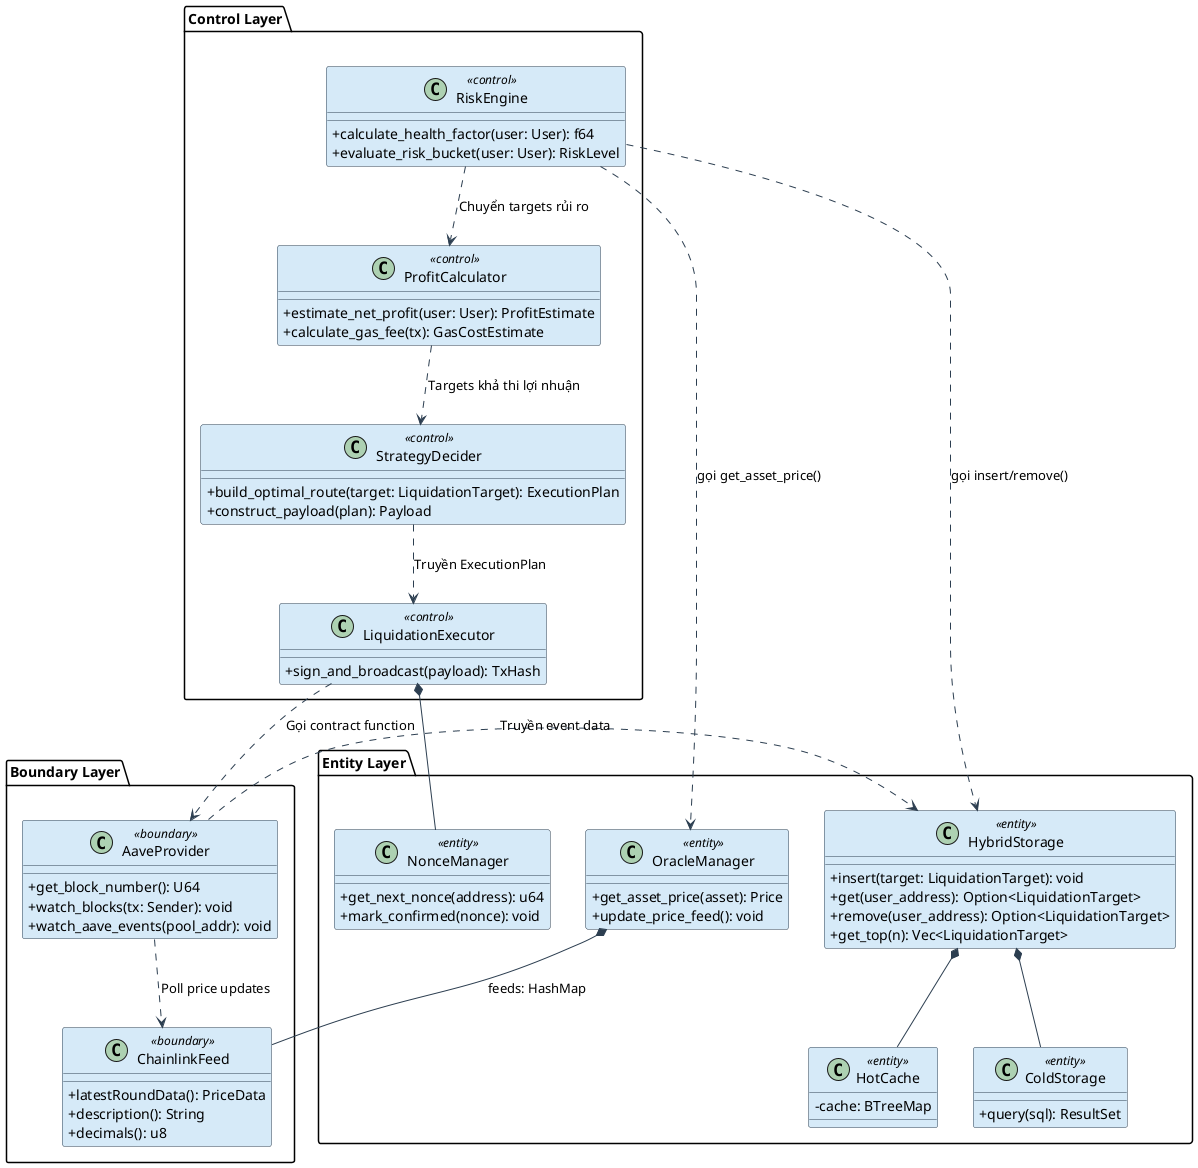
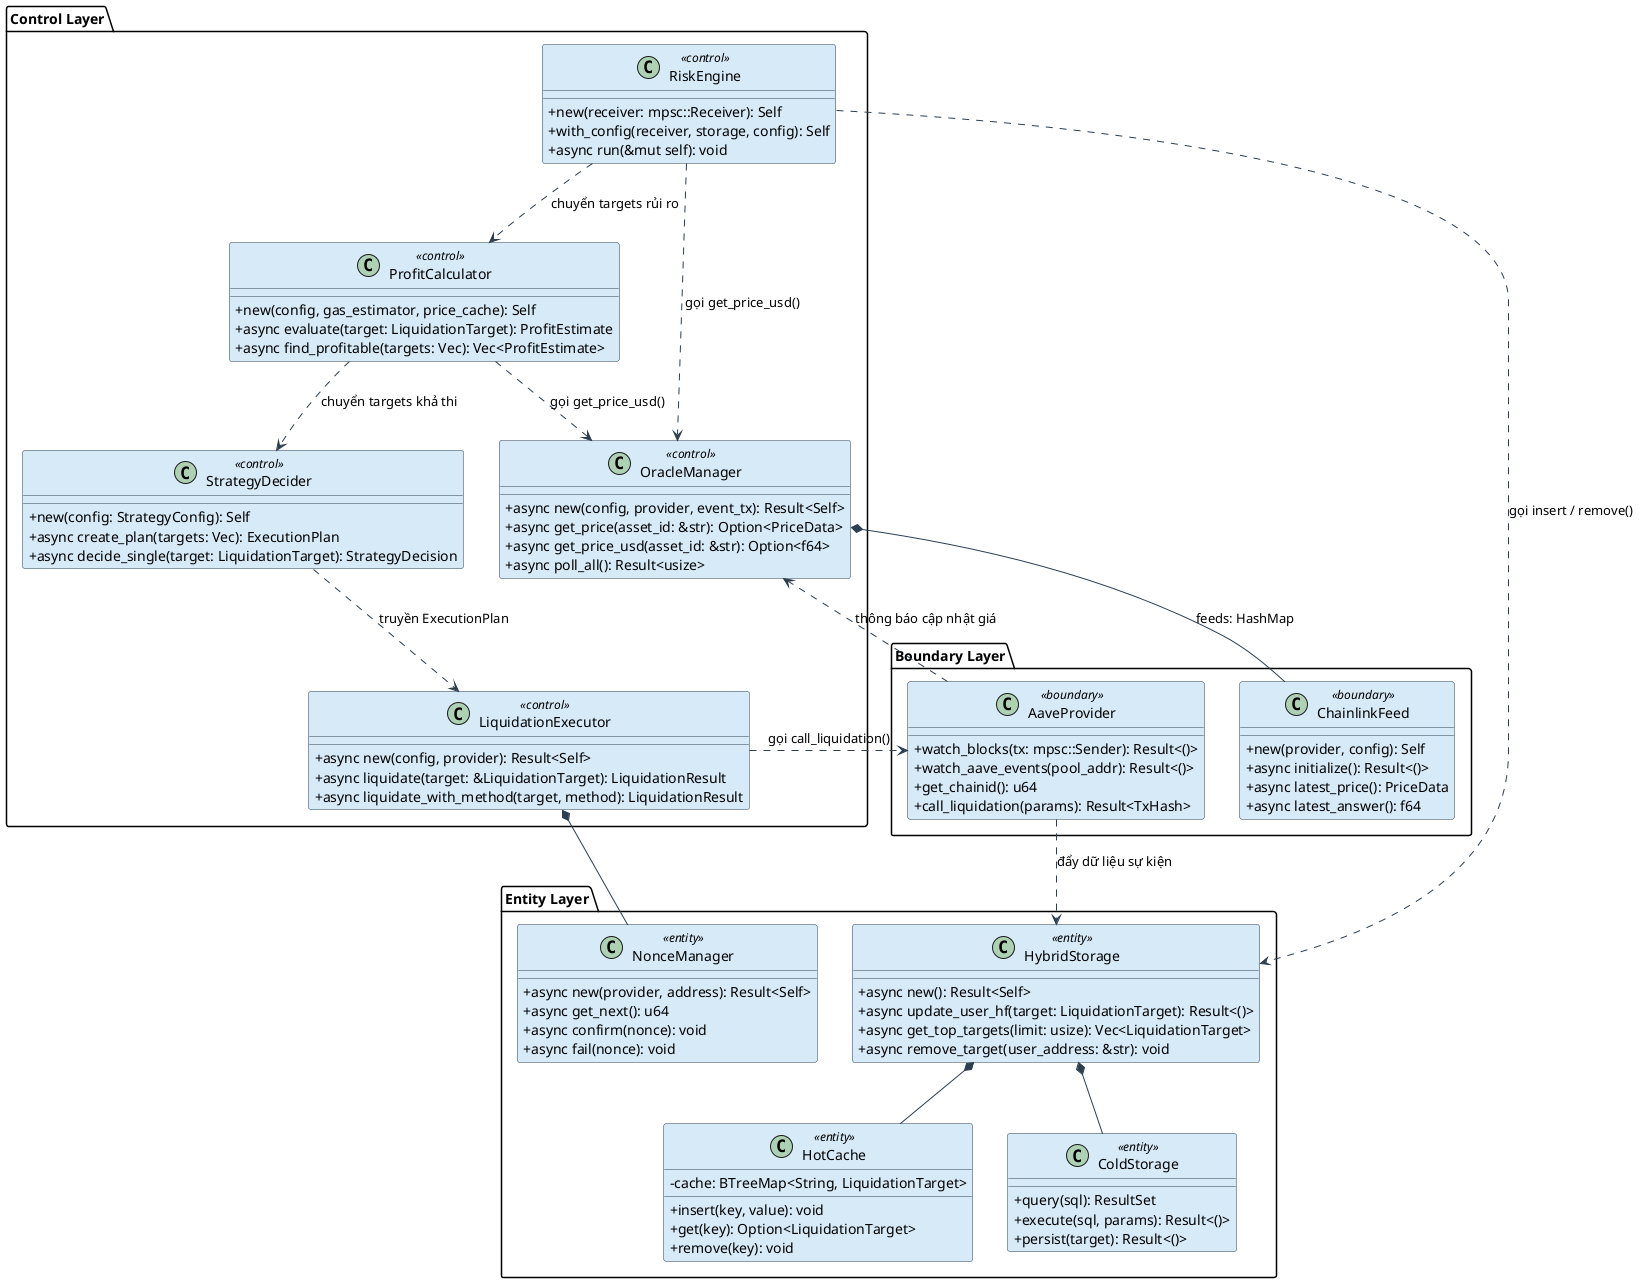
@startuml system_class_diagram_correct
skinparam classAttributeIconSize 0
skinparam backgroundColor #FFFFFF
skinparam class {
    BackgroundColor #D6EAF8
    BorderColor #2C3E50
    ArrowColor #2C3E50
    FontName Arial
}

' ===================== BOUNDARY =====================
package "Boundary Layer" {
    class AaveProvider <<boundary>> {
-         + get_block_number(): U64
-         + watch_blocks(tx: Sender): void
-         + watch_aave_events(pool_addr): void
+         + watch_blocks(tx: mpsc::Sender): Result<()>
+         + watch_aave_events(pool_addr): Result<()>
+         + get_chainid(): u64
+         + call_liquidation(params): Result<TxHash>
    }

    class ChainlinkFeed <<boundary>> {
-         + latestRoundData(): PriceData
-         + description(): String
-         + decimals(): u8
+         + new(provider, config): Self
+         + async initialize(): Result<()>
+         + async latest_price(): PriceData
+         + async latest_answer(): f64
    }
}

' ===================== CONTROL =====================
package "Control Layer" {
+     class OracleManager <<control>> {
+         + async new(config, provider, event_tx): Result<Self>
+         + async get_price(asset_id: &str): Option<PriceData>
+         + async get_price_usd(asset_id: &str): Option<f64>
+         + async poll_all(): Result<usize>
+     }
+ 
    class RiskEngine <<control>> {
-         + calculate_health_factor(user: User): f64
-         + evaluate_risk_bucket(user: User): RiskLevel
+         + new(receiver: mpsc::Receiver): Self
+         + with_config(receiver, storage, config): Self
+         + async run(&mut self): void
    }

    class ProfitCalculator <<control>> {
-         + estimate_net_profit(user: User): ProfitEstimate
-         + calculate_gas_fee(tx): GasCostEstimate
+         + new(config, gas_estimator, price_cache): Self
+         + async evaluate(target: LiquidationTarget): ProfitEstimate
+         + async find_profitable(targets: Vec): Vec<ProfitEstimate>
    }

    class StrategyDecider <<control>> {
-         + build_optimal_route(target: LiquidationTarget): ExecutionPlan
-         + construct_payload(plan): Payload
+         + new(config: StrategyConfig): Self
+         + async create_plan(targets: Vec): ExecutionPlan
+         + async decide_single(target: LiquidationTarget): StrategyDecision
    }

    class LiquidationExecutor <<control>> {
-         + sign_and_broadcast(payload): TxHash
+         + async new(config, provider): Result<Self>
+         + async liquidate(target: &LiquidationTarget): LiquidationResult
+         + async liquidate_with_method(target, method): LiquidationResult
    }
}

' ===================== ENTITY =====================
package "Entity Layer" {
    class HybridStorage <<entity>> {
-         + insert(target: LiquidationTarget): void
-         + get(user_address): Option<LiquidationTarget>
-         + remove(user_address): Option<LiquidationTarget>
-         + get_top(n): Vec<LiquidationTarget>
+         + async new(): Result<Self>
+         + async update_user_hf(target: LiquidationTarget): Result<()>
+         + async get_top_targets(limit: usize): Vec<LiquidationTarget>
+         + async remove_target(user_address: &str): void
    }

    class HotCache <<entity>> {
-         - cache: BTreeMap
+         - cache: BTreeMap<String, LiquidationTarget>
+         + insert(key, value): void
+         + get(key): Option<LiquidationTarget>
+         + remove(key): void
    }

    class ColdStorage <<entity>> {
        + query(sql): ResultSet
-     }
- 
-     class OracleManager <<entity>> {
-         + get_asset_price(asset): Price
-         + update_price_feed(): void
+         + execute(sql, params): Result<()>
+         + persist(target): Result<()>
    }

    class NonceManager <<entity>> {
-         + get_next_nonce(address): u64
-         + mark_confirmed(nonce): void
+         + async new(provider, address): Result<Self>
+         + async get_next(): u64
+         + async confirm(nonce): void
+         + async fail(nonce): void
    }
}

' ===================== RELATIONSHIPS =====================

- ' --- Composition (Ownership) ---
+ ' --- Composition ---
HybridStorage *-- HotCache
HybridStorage *-- ColdStorage
OracleManager *-- ChainlinkFeed : feeds: HashMap
LiquidationExecutor *-- NonceManager

- ' --- Dependency (Method calls via Reference) ---
- AaveProvider ..> HybridStorage : "Truyền event data"
- AaveProvider ..> ChainlinkFeed : "Poll price updates"
+ ' --- Dependency ---
+ AaveProvider ..> HybridStorage      : "đẩy dữ liệu sự kiện"
+ AaveProvider ..> OracleManager      : "thông báo cập nhật giá"

- RiskEngine ..> OracleManager : "gọi get_asset_price()"
- RiskEngine ..> HybridStorage : "gọi insert/remove()"
+ RiskEngine ..> OracleManager        : "gọi get_price_usd()"
+ RiskEngine ..> HybridStorage        : "gọi insert / remove()"
+ RiskEngine ..> ProfitCalculator     : "chuyển targets rủi ro"

- RiskEngine ..> ProfitCalculator : "Chuyển targets rủi ro"
- ProfitCalculator ..> StrategyDecider : "Targets khả thi lợi nhuận"
- StrategyDecider ..> LiquidationExecutor : "Truyền ExecutionPlan"
- LiquidationExecutor ..> AaveProvider : "Gọi contract function"
+ ProfitCalculator ..> OracleManager  : "gọi get_price_usd()"
+ ProfitCalculator ..> StrategyDecider : "chuyển targets khả thi"
+ 
+ StrategyDecider ..> LiquidationExecutor : "truyền ExecutionPlan"
+ LiquidationExecutor ..> AaveProvider    : "gọi call_liquidation()"

@enduml